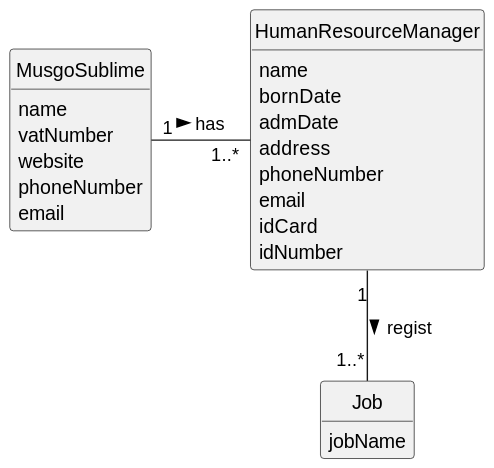
Above: docs/sprintA/us002/02.analysis/svg/us002-domain-model.svg in 1231360-ISEP/lei-24-s2-1db-g021 (PlantUML), before the change.
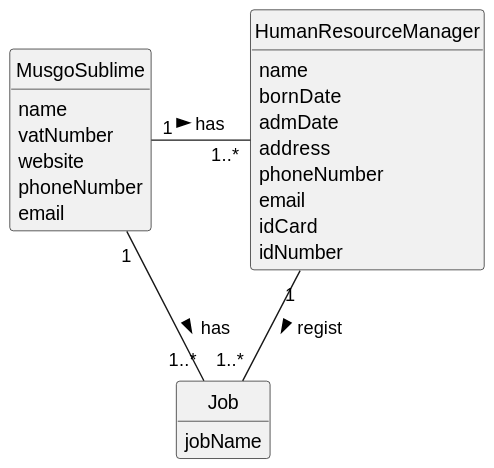
The same file after the commit.

Commit message:
US2 - Update the Model Domain Excerpt

Change to the diagram source:
```diff
@@ -33,4 +33,5 @@
 
 MusgoSublime "1" - "1..*" HumanResourceManager: has >
 HumanResourceManager "1" -- "1..*" Job : regist >
+MusgoSublime "1" - "1..*" Job: has >
 @enduml
```
